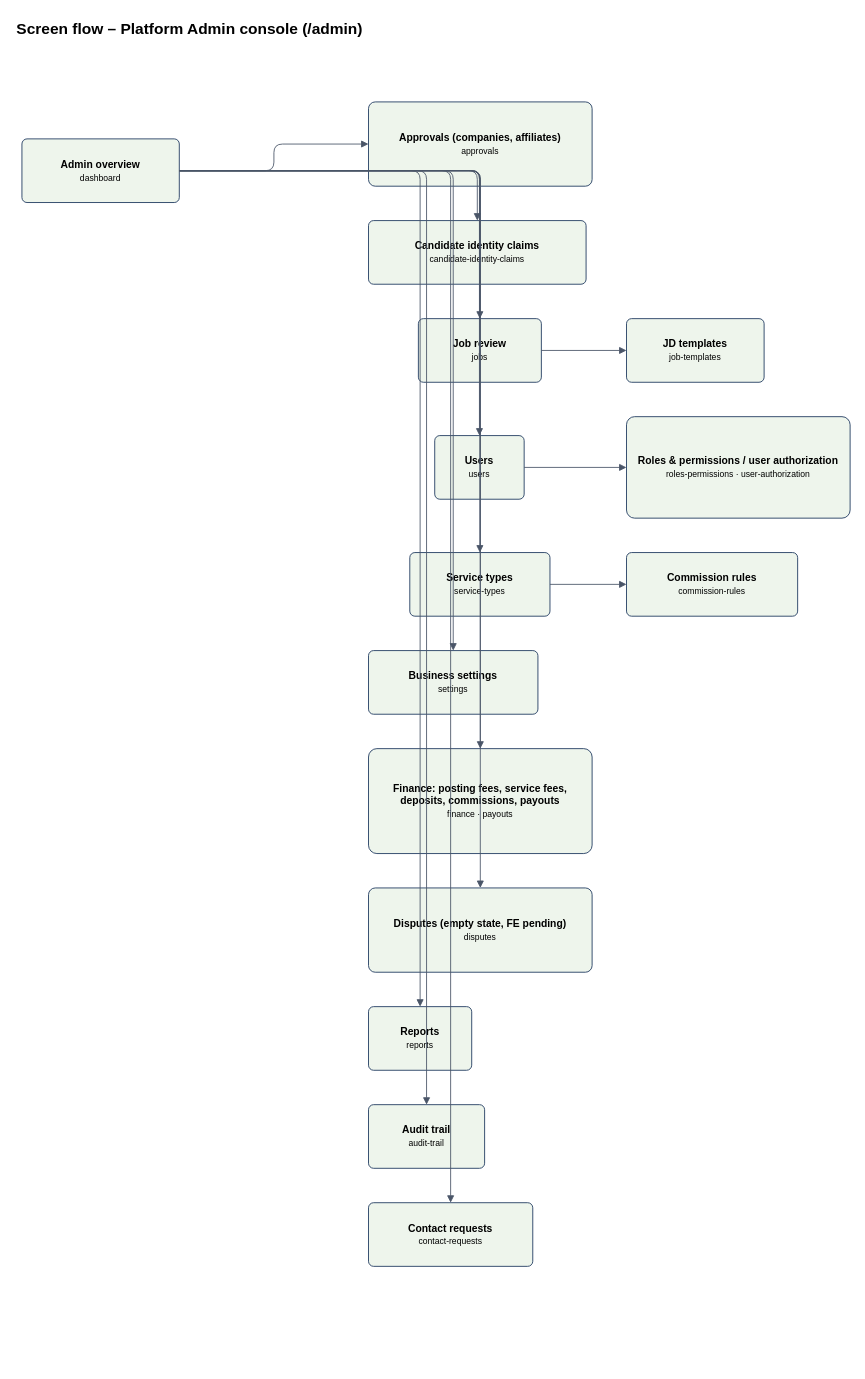
hoangqui794/hr-connect keeps this draw.io diagram as docs/diagrams/screen-flows/source/sf-06-admin.drawio. Above is the earlier version. Source tidied: cells renumbered, new cells numbered last; positions are measured from the earlier drawing's top-left corner, leaving out a move shared by most shapes. Both pictures are drawn from the tidied source at 86%, with x=0, y=0 at pixel (15, 15).
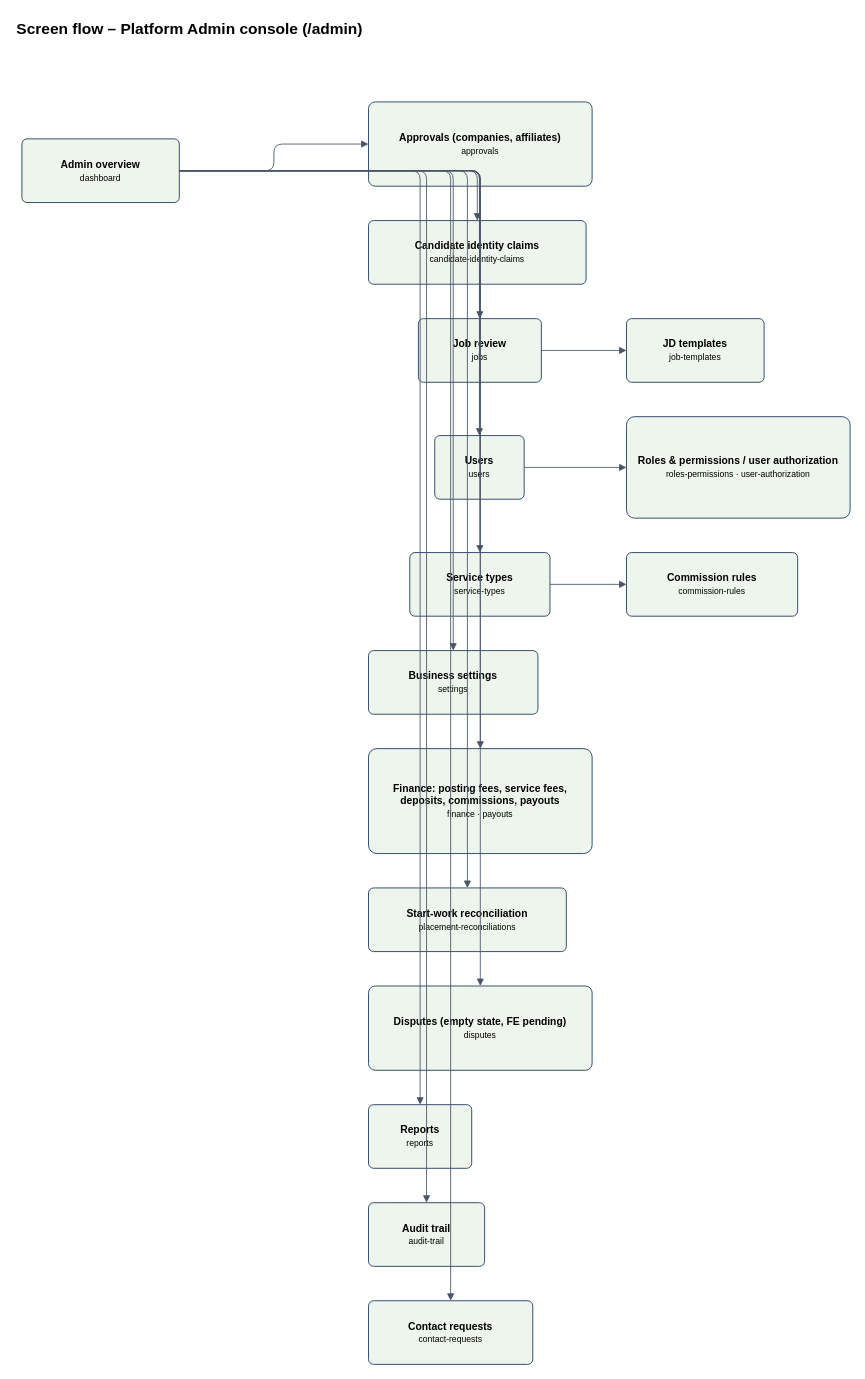
Above is the later version.

The change refers to these unchanged cells:
```xml
<mxCell id="3" value="&lt;b&gt;Admin overview&lt;/b&gt;&lt;br&gt;&lt;font style=&quot;font-size:10px&quot;&gt;dashboard&lt;/font&gt;" style="rounded=1;arcSize=8;whiteSpace=wrap;html=1;fillColor=#EEF5EC;strokeColor=#1B365D;" parent="1" vertex="1">
  <mxGeometry x="8" y="144" width="183" height="74" as="geometry" />
</mxCell>
```

What changed in the source:
```diff
@@
     <mxCell id="14" value="&lt;b&gt;Disputes (empty state, FE pending)&lt;/b&gt;&lt;br&gt;&lt;font style=&quot;font-size:10px&quot;&gt;disputes&lt;/font&gt;" style="rounded=1;arcSize=8;whiteSpace=wrap;html=1;fillColor=#EEF5EC;strokeColor=#1B365D;" parent="1" vertex="1">
-      <mxGeometry x="411" y="1015" width="260" height="98" as="geometry" />
+      <mxGeometry x="411" y="1129" width="260" height="98" as="geometry" />
     </mxCell>
     <mxCell id="15" value="&lt;b&gt;Reports&lt;/b&gt;&lt;br&gt;&lt;font style=&quot;font-size:10px&quot;&gt;reports&lt;/font&gt;" style="rounded=1;arcSize=8;whiteSpace=wrap;html=1;fillColor=#EEF5EC;strokeColor=#1B365D;" parent="1" vertex="1">
-      <mxGeometry x="411" y="1153" width="120" height="74" as="geometry" />
+      <mxGeometry x="411" y="1267" width="120" height="74" as="geometry" />
     </mxCell>
     <mxCell id="16" value="&lt;b&gt;Audit trail&lt;/b&gt;&lt;br&gt;&lt;font style=&quot;font-size:10px&quot;&gt;audit-trail&lt;/font&gt;" style="rounded=1;arcSize=8;whiteSpace=wrap;html=1;fillColor=#EEF5EC;strokeColor=#1B365D;" parent="1" vertex="1">
-      <mxGeometry x="411" y="1267" width="135" height="74" as="geometry" />
+      <mxGeometry x="411" y="1381" width="135" height="74" as="geometry" />
     </mxCell>
     <mxCell id="17" value="&lt;b&gt;Contact requests&lt;/b&gt;&lt;br&gt;&lt;font style=&quot;font-size:10px&quot;&gt;contact-requests&lt;/font&gt;" style="rounded=1;arcSize=8;whiteSpace=wrap;html=1;fillColor=#EEF5EC;strokeColor=#1B365D;" parent="1" vertex="1">
-      <mxGeometry x="411" y="1381" width="191" height="74" as="geometry" />
+      <mxGeometry x="411" y="1495" width="191" height="74" as="geometry" />
     </mxCell>
+    <mxCell id="32" value="&lt;b&gt;Start-work reconciliation&lt;/b&gt;&lt;br&gt;&lt;font style=&quot;font-size:10px&quot;&gt;placement-reconciliations&lt;/font&gt;" style="rounded=1;arcSize=8;whiteSpace=wrap;html=1;fillColor=#EEF5EC;strokeColor=#1B365D;" parent="1" vertex="1">
+      <mxGeometry x="411" y="1015" width="230" height="74" as="geometry" />
+    </mxCell>
@@
+    <mxCell id="33" style="edgeStyle=orthogonalEdgeStyle;rounded=1;html=1;endArrow=block;endFill=1;strokeColor=#4A5568;fontSize=10;labelBackgroundColor=#FFFFFF;" parent="1" edge="1" source="3" target="32">
+      <mxGeometry relative="1" as="geometry" />
+    </mxCell>
```
